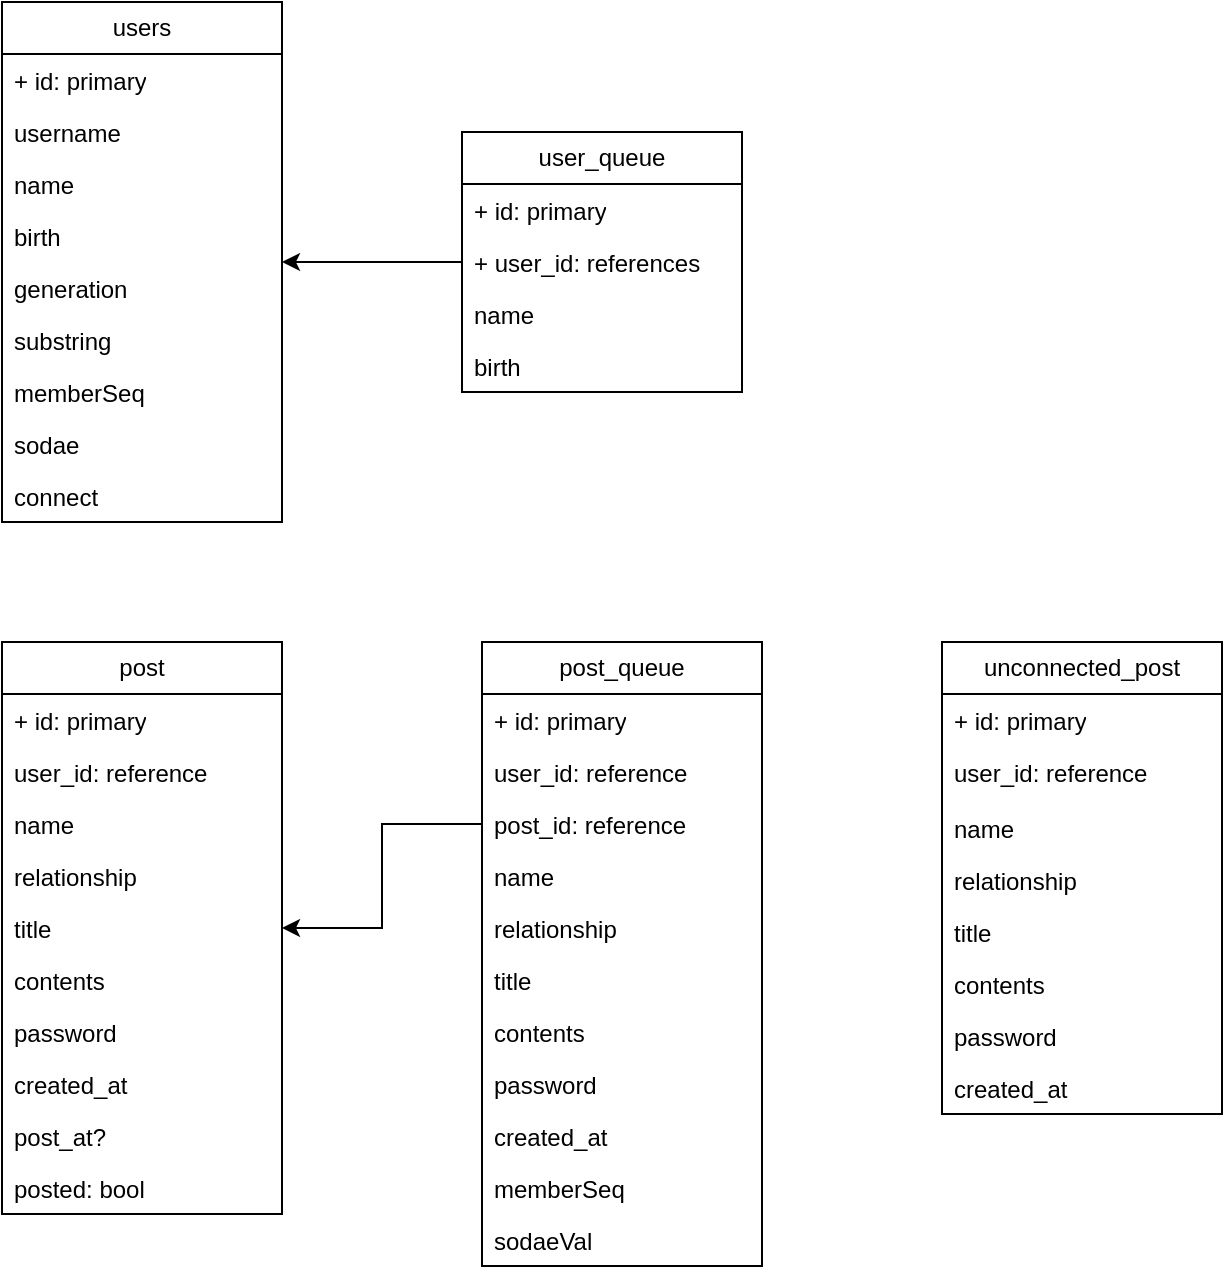
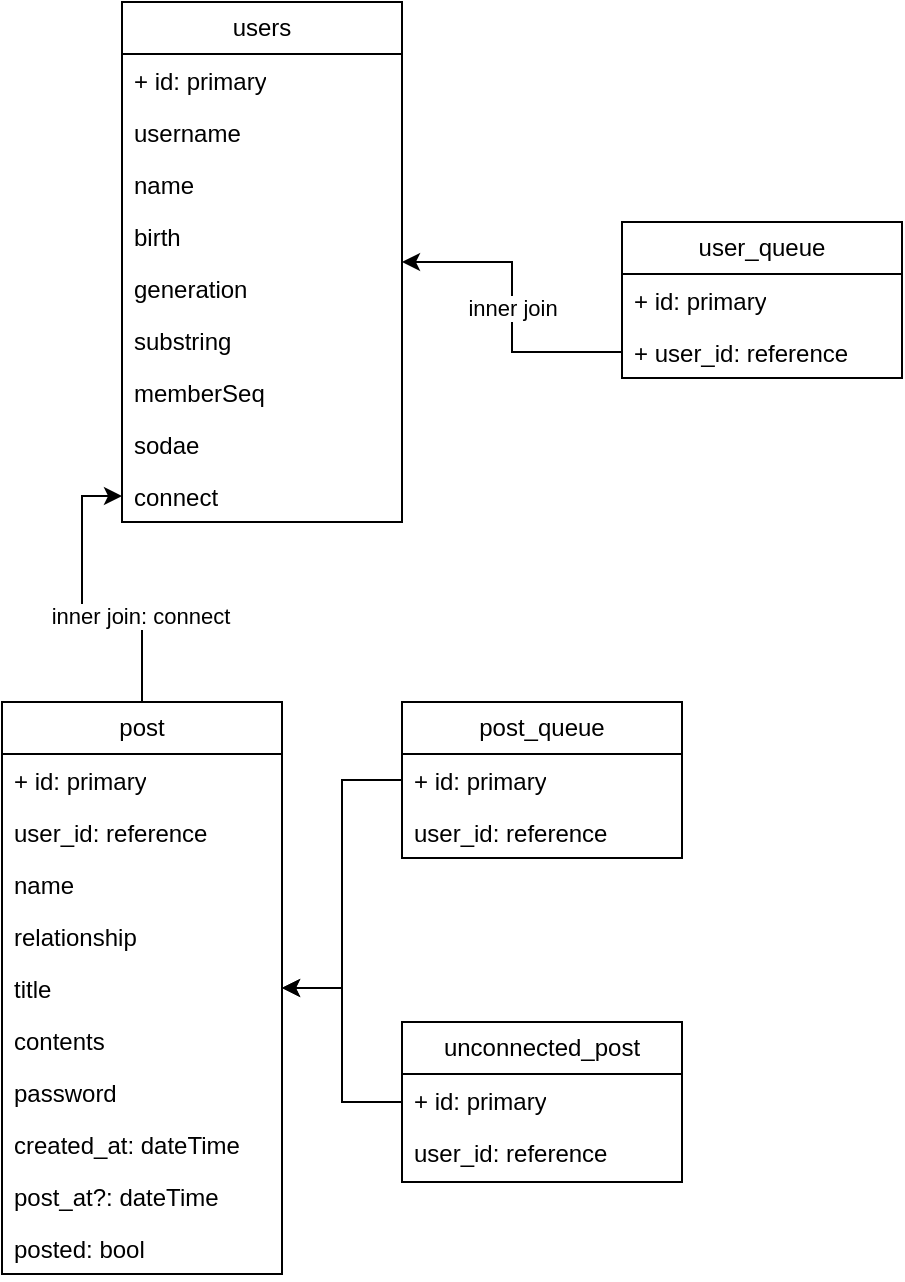
- <mxfile host="app.diagrams.net" modified="2023-12-22T14:57:05.028Z" agent="Mozilla/5.0 (Windows NT 10.0; Win64; x64) AppleWebKit/537.36 (KHTML, like Gecko) Chrome/98.0.4758.102 Safari/537.36" etag="M5TE8AxEiKQQgrxiUbin" version="22.1.11" type="github">
+ <mxfile host="app.diagrams.net" modified="2023-12-23T07:58:39.608Z" agent="Mozilla/5.0 (Windows NT 10.0; Win64; x64) AppleWebKit/537.36 (KHTML, like Gecko) Chrome/98.0.4758.102 Safari/537.36" etag="UqTcGBSyVBPEJ4NlN08M" version="22.1.11" type="github">
  <diagram name="페이지-1" id="YYIqQqlZSumYDMB_ZiYN">
    <mxGraphModel dx="989" dy="549" grid="1" gridSize="10" guides="1" tooltips="1" connect="1" arrows="1" fold="1" page="1" pageScale="1" pageWidth="827" pageHeight="1169" math="0" shadow="0">
      <root>
        <mxCell id="0" />
        <mxCell id="1" parent="0" />
-         <mxCell id="AZsRamwOxZUp80OkMe_C-2" value="users" style="swimlane;fontStyle=0;childLayout=stackLayout;horizontal=1;startSize=26;fillColor=none;horizontalStack=0;resizeParent=1;resizeParentMax=0;resizeLast=0;collapsible=1;marginBottom=0;whiteSpace=wrap;html=1;" vertex="1" parent="1">
+         <mxCell id="AZsRamwOxZUp80OkMe_C-2" value="users" style="swimlane;fontStyle=0;childLayout=stackLayout;horizontal=1;startSize=26;fillColor=none;horizontalStack=0;resizeParent=1;resizeParentMax=0;resizeLast=0;collapsible=1;marginBottom=0;whiteSpace=wrap;html=1;" parent="1" vertex="1">
          <mxGeometry x="140" y="250" width="140" height="260" as="geometry" />
        </mxCell>
-         <mxCell id="AZsRamwOxZUp80OkMe_C-3" value="+ id: primary" style="text;strokeColor=none;fillColor=none;align=left;verticalAlign=top;spacingLeft=4;spacingRight=4;overflow=hidden;rotatable=0;points=[[0,0.5],[1,0.5]];portConstraint=eastwest;whiteSpace=wrap;html=1;" vertex="1" parent="AZsRamwOxZUp80OkMe_C-2">
+         <mxCell id="AZsRamwOxZUp80OkMe_C-3" value="+ id: primary" style="text;strokeColor=none;fillColor=none;align=left;verticalAlign=top;spacingLeft=4;spacingRight=4;overflow=hidden;rotatable=0;points=[[0,0.5],[1,0.5]];portConstraint=eastwest;whiteSpace=wrap;html=1;" parent="AZsRamwOxZUp80OkMe_C-2" vertex="1">
          <mxGeometry y="26" width="140" height="26" as="geometry" />
        </mxCell>
-         <mxCell id="AZsRamwOxZUp80OkMe_C-4" value="username" style="text;strokeColor=none;fillColor=none;align=left;verticalAlign=top;spacingLeft=4;spacingRight=4;overflow=hidden;rotatable=0;points=[[0,0.5],[1,0.5]];portConstraint=eastwest;whiteSpace=wrap;html=1;" vertex="1" parent="AZsRamwOxZUp80OkMe_C-2">
+         <mxCell id="AZsRamwOxZUp80OkMe_C-4" value="username" style="text;strokeColor=none;fillColor=none;align=left;verticalAlign=top;spacingLeft=4;spacingRight=4;overflow=hidden;rotatable=0;points=[[0,0.5],[1,0.5]];portConstraint=eastwest;whiteSpace=wrap;html=1;" parent="AZsRamwOxZUp80OkMe_C-2" vertex="1">
          <mxGeometry y="52" width="140" height="26" as="geometry" />
        </mxCell>
-         <mxCell id="AZsRamwOxZUp80OkMe_C-5" value="name" style="text;strokeColor=none;fillColor=none;align=left;verticalAlign=top;spacingLeft=4;spacingRight=4;overflow=hidden;rotatable=0;points=[[0,0.5],[1,0.5]];portConstraint=eastwest;whiteSpace=wrap;html=1;" vertex="1" parent="AZsRamwOxZUp80OkMe_C-2">
+         <mxCell id="AZsRamwOxZUp80OkMe_C-5" value="name" style="text;strokeColor=none;fillColor=none;align=left;verticalAlign=top;spacingLeft=4;spacingRight=4;overflow=hidden;rotatable=0;points=[[0,0.5],[1,0.5]];portConstraint=eastwest;whiteSpace=wrap;html=1;" parent="AZsRamwOxZUp80OkMe_C-2" vertex="1">
          <mxGeometry y="78" width="140" height="26" as="geometry" />
        </mxCell>
-         <mxCell id="AZsRamwOxZUp80OkMe_C-10" value="birth" style="text;strokeColor=none;fillColor=none;align=left;verticalAlign=top;spacingLeft=4;spacingRight=4;overflow=hidden;rotatable=0;points=[[0,0.5],[1,0.5]];portConstraint=eastwest;whiteSpace=wrap;html=1;" vertex="1" parent="AZsRamwOxZUp80OkMe_C-2">
+         <mxCell id="AZsRamwOxZUp80OkMe_C-10" value="birth" style="text;strokeColor=none;fillColor=none;align=left;verticalAlign=top;spacingLeft=4;spacingRight=4;overflow=hidden;rotatable=0;points=[[0,0.5],[1,0.5]];portConstraint=eastwest;whiteSpace=wrap;html=1;" parent="AZsRamwOxZUp80OkMe_C-2" vertex="1">
          <mxGeometry y="104" width="140" height="26" as="geometry" />
        </mxCell>
-         <mxCell id="AZsRamwOxZUp80OkMe_C-11" value="generation" style="text;strokeColor=none;fillColor=none;align=left;verticalAlign=top;spacingLeft=4;spacingRight=4;overflow=hidden;rotatable=0;points=[[0,0.5],[1,0.5]];portConstraint=eastwest;whiteSpace=wrap;html=1;" vertex="1" parent="AZsRamwOxZUp80OkMe_C-2">
+         <mxCell id="AZsRamwOxZUp80OkMe_C-11" value="generation" style="text;strokeColor=none;fillColor=none;align=left;verticalAlign=top;spacingLeft=4;spacingRight=4;overflow=hidden;rotatable=0;points=[[0,0.5],[1,0.5]];portConstraint=eastwest;whiteSpace=wrap;html=1;" parent="AZsRamwOxZUp80OkMe_C-2" vertex="1">
          <mxGeometry y="130" width="140" height="26" as="geometry" />
        </mxCell>
-         <mxCell id="AZsRamwOxZUp80OkMe_C-12" value="substring" style="text;strokeColor=none;fillColor=none;align=left;verticalAlign=top;spacingLeft=4;spacingRight=4;overflow=hidden;rotatable=0;points=[[0,0.5],[1,0.5]];portConstraint=eastwest;whiteSpace=wrap;html=1;" vertex="1" parent="AZsRamwOxZUp80OkMe_C-2">
+         <mxCell id="AZsRamwOxZUp80OkMe_C-12" value="substring" style="text;strokeColor=none;fillColor=none;align=left;verticalAlign=top;spacingLeft=4;spacingRight=4;overflow=hidden;rotatable=0;points=[[0,0.5],[1,0.5]];portConstraint=eastwest;whiteSpace=wrap;html=1;" parent="AZsRamwOxZUp80OkMe_C-2" vertex="1">
          <mxGeometry y="156" width="140" height="26" as="geometry" />
        </mxCell>
-         <mxCell id="AZsRamwOxZUp80OkMe_C-15" value="memberSeq" style="text;strokeColor=none;fillColor=none;align=left;verticalAlign=top;spacingLeft=4;spacingRight=4;overflow=hidden;rotatable=0;points=[[0,0.5],[1,0.5]];portConstraint=eastwest;whiteSpace=wrap;html=1;" vertex="1" parent="AZsRamwOxZUp80OkMe_C-2">
+         <mxCell id="AZsRamwOxZUp80OkMe_C-15" value="memberSeq" style="text;strokeColor=none;fillColor=none;align=left;verticalAlign=top;spacingLeft=4;spacingRight=4;overflow=hidden;rotatable=0;points=[[0,0.5],[1,0.5]];portConstraint=eastwest;whiteSpace=wrap;html=1;" parent="AZsRamwOxZUp80OkMe_C-2" vertex="1">
          <mxGeometry y="182" width="140" height="26" as="geometry" />
        </mxCell>
-         <mxCell id="AZsRamwOxZUp80OkMe_C-14" value="sodae" style="text;strokeColor=none;fillColor=none;align=left;verticalAlign=top;spacingLeft=4;spacingRight=4;overflow=hidden;rotatable=0;points=[[0,0.5],[1,0.5]];portConstraint=eastwest;whiteSpace=wrap;html=1;" vertex="1" parent="AZsRamwOxZUp80OkMe_C-2">
+         <mxCell id="AZsRamwOxZUp80OkMe_C-14" value="sodae" style="text;strokeColor=none;fillColor=none;align=left;verticalAlign=top;spacingLeft=4;spacingRight=4;overflow=hidden;rotatable=0;points=[[0,0.5],[1,0.5]];portConstraint=eastwest;whiteSpace=wrap;html=1;" parent="AZsRamwOxZUp80OkMe_C-2" vertex="1">
          <mxGeometry y="208" width="140" height="26" as="geometry" />
        </mxCell>
-         <mxCell id="AZsRamwOxZUp80OkMe_C-16" value="connect" style="text;strokeColor=none;fillColor=none;align=left;verticalAlign=top;spacingLeft=4;spacingRight=4;overflow=hidden;rotatable=0;points=[[0,0.5],[1,0.5]];portConstraint=eastwest;whiteSpace=wrap;html=1;" vertex="1" parent="AZsRamwOxZUp80OkMe_C-2">
+         <mxCell id="AZsRamwOxZUp80OkMe_C-16" value="connect" style="text;strokeColor=none;fillColor=none;align=left;verticalAlign=top;spacingLeft=4;spacingRight=4;overflow=hidden;rotatable=0;points=[[0,0.5],[1,0.5]];portConstraint=eastwest;whiteSpace=wrap;html=1;" parent="AZsRamwOxZUp80OkMe_C-2" vertex="1">
          <mxGeometry y="234" width="140" height="26" as="geometry" />
        </mxCell>
-         <mxCell id="AZsRamwOxZUp80OkMe_C-6" value="user_queue" style="swimlane;fontStyle=0;childLayout=stackLayout;horizontal=1;startSize=26;fillColor=none;horizontalStack=0;resizeParent=1;resizeParentMax=0;resizeLast=0;collapsible=1;marginBottom=0;whiteSpace=wrap;html=1;" vertex="1" parent="1">
-           <mxGeometry x="370" y="315" width="140" height="130" as="geometry" />
+         <mxCell id="AZsRamwOxZUp80OkMe_C-6" value="user_queue" style="swimlane;fontStyle=0;childLayout=stackLayout;horizontal=1;startSize=26;fillColor=none;horizontalStack=0;resizeParent=1;resizeParentMax=0;resizeLast=0;collapsible=1;marginBottom=0;whiteSpace=wrap;html=1;" parent="1" vertex="1">
+           <mxGeometry x="390" y="360" width="140" height="78" as="geometry" />
        </mxCell>
-         <mxCell id="AZsRamwOxZUp80OkMe_C-18" value="+ id: primary" style="text;strokeColor=none;fillColor=none;align=left;verticalAlign=top;spacingLeft=4;spacingRight=4;overflow=hidden;rotatable=0;points=[[0,0.5],[1,0.5]];portConstraint=eastwest;whiteSpace=wrap;html=1;" vertex="1" parent="AZsRamwOxZUp80OkMe_C-6">
+         <mxCell id="AZsRamwOxZUp80OkMe_C-18" value="+ id: primary" style="text;strokeColor=none;fillColor=none;align=left;verticalAlign=top;spacingLeft=4;spacingRight=4;overflow=hidden;rotatable=0;points=[[0,0.5],[1,0.5]];portConstraint=eastwest;whiteSpace=wrap;html=1;" parent="AZsRamwOxZUp80OkMe_C-6" vertex="1">
          <mxGeometry y="26" width="140" height="26" as="geometry" />
        </mxCell>
-         <mxCell id="AZsRamwOxZUp80OkMe_C-7" value="+ user_id: references" style="text;strokeColor=none;fillColor=none;align=left;verticalAlign=top;spacingLeft=4;spacingRight=4;overflow=hidden;rotatable=0;points=[[0,0.5],[1,0.5]];portConstraint=eastwest;whiteSpace=wrap;html=1;" vertex="1" parent="AZsRamwOxZUp80OkMe_C-6">
+         <mxCell id="AZsRamwOxZUp80OkMe_C-7" value="+ user_id: reference" style="text;strokeColor=none;fillColor=none;align=left;verticalAlign=top;spacingLeft=4;spacingRight=4;overflow=hidden;rotatable=0;points=[[0,0.5],[1,0.5]];portConstraint=eastwest;whiteSpace=wrap;html=1;" parent="AZsRamwOxZUp80OkMe_C-6" vertex="1">
          <mxGeometry y="52" width="140" height="26" as="geometry" />
        </mxCell>
-         <mxCell id="AZsRamwOxZUp80OkMe_C-8" value="name" style="text;strokeColor=none;fillColor=none;align=left;verticalAlign=top;spacingLeft=4;spacingRight=4;overflow=hidden;rotatable=0;points=[[0,0.5],[1,0.5]];portConstraint=eastwest;whiteSpace=wrap;html=1;" vertex="1" parent="AZsRamwOxZUp80OkMe_C-6">
+         <mxCell id="AZsRamwOxZUp80OkMe_C-19" value="inner join" style="edgeStyle=orthogonalEdgeStyle;rounded=0;orthogonalLoop=1;jettySize=auto;html=1;" parent="1" source="AZsRamwOxZUp80OkMe_C-7" target="AZsRamwOxZUp80OkMe_C-2" edge="1">
+           <mxGeometry relative="1" as="geometry" />
+         </mxCell>
+         <mxCell id="F6sanjwA14LKa2ckui42-2" style="edgeStyle=orthogonalEdgeStyle;rounded=0;orthogonalLoop=1;jettySize=auto;html=1;" edge="1" parent="1" source="AZsRamwOxZUp80OkMe_C-20" target="AZsRamwOxZUp80OkMe_C-16">
+           <mxGeometry relative="1" as="geometry" />
+         </mxCell>
+         <mxCell id="F6sanjwA14LKa2ckui42-3" value="inner join: connect" style="edgeLabel;html=1;align=center;verticalAlign=middle;resizable=0;points=[];" vertex="1" connectable="0" parent="F6sanjwA14LKa2ckui42-2">
+           <mxGeometry x="-0.4284" y="1" relative="1" as="geometry">
+             <mxPoint as="offset" />
+           </mxGeometry>
+         </mxCell>
+         <mxCell id="AZsRamwOxZUp80OkMe_C-20" value="post" style="swimlane;fontStyle=0;childLayout=stackLayout;horizontal=1;startSize=26;fillColor=none;horizontalStack=0;resizeParent=1;resizeParentMax=0;resizeLast=0;collapsible=1;marginBottom=0;whiteSpace=wrap;html=1;" parent="1" vertex="1">
+           <mxGeometry x="80" y="600" width="140" height="286" as="geometry" />
+         </mxCell>
+         <mxCell id="AZsRamwOxZUp80OkMe_C-21" value="+ id: primary" style="text;strokeColor=none;fillColor=none;align=left;verticalAlign=top;spacingLeft=4;spacingRight=4;overflow=hidden;rotatable=0;points=[[0,0.5],[1,0.5]];portConstraint=eastwest;whiteSpace=wrap;html=1;" parent="AZsRamwOxZUp80OkMe_C-20" vertex="1">
+           <mxGeometry y="26" width="140" height="26" as="geometry" />
+         </mxCell>
+         <mxCell id="AZsRamwOxZUp80OkMe_C-22" value="user_id: reference" style="text;strokeColor=none;fillColor=none;align=left;verticalAlign=top;spacingLeft=4;spacingRight=4;overflow=hidden;rotatable=0;points=[[0,0.5],[1,0.5]];portConstraint=eastwest;whiteSpace=wrap;html=1;" parent="AZsRamwOxZUp80OkMe_C-20" vertex="1">
+           <mxGeometry y="52" width="140" height="26" as="geometry" />
+         </mxCell>
+         <mxCell id="AZsRamwOxZUp80OkMe_C-23" value="name" style="text;strokeColor=none;fillColor=none;align=left;verticalAlign=top;spacingLeft=4;spacingRight=4;overflow=hidden;rotatable=0;points=[[0,0.5],[1,0.5]];portConstraint=eastwest;whiteSpace=wrap;html=1;" parent="AZsRamwOxZUp80OkMe_C-20" vertex="1">
          <mxGeometry y="78" width="140" height="26" as="geometry" />
        </mxCell>
-         <mxCell id="AZsRamwOxZUp80OkMe_C-9" value="birth" style="text;strokeColor=none;fillColor=none;align=left;verticalAlign=top;spacingLeft=4;spacingRight=4;overflow=hidden;rotatable=0;points=[[0,0.5],[1,0.5]];portConstraint=eastwest;whiteSpace=wrap;html=1;" vertex="1" parent="AZsRamwOxZUp80OkMe_C-6">
+         <mxCell id="AZsRamwOxZUp80OkMe_C-24" value="relationship" style="text;strokeColor=none;fillColor=none;align=left;verticalAlign=top;spacingLeft=4;spacingRight=4;overflow=hidden;rotatable=0;points=[[0,0.5],[1,0.5]];portConstraint=eastwest;whiteSpace=wrap;html=1;" parent="AZsRamwOxZUp80OkMe_C-20" vertex="1">
          <mxGeometry y="104" width="140" height="26" as="geometry" />
        </mxCell>
-         <mxCell id="AZsRamwOxZUp80OkMe_C-19" style="edgeStyle=orthogonalEdgeStyle;rounded=0;orthogonalLoop=1;jettySize=auto;html=1;" edge="1" parent="1" source="AZsRamwOxZUp80OkMe_C-7" target="AZsRamwOxZUp80OkMe_C-2">
+         <mxCell id="AZsRamwOxZUp80OkMe_C-25" value="title" style="text;strokeColor=none;fillColor=none;align=left;verticalAlign=top;spacingLeft=4;spacingRight=4;overflow=hidden;rotatable=0;points=[[0,0.5],[1,0.5]];portConstraint=eastwest;whiteSpace=wrap;html=1;" parent="AZsRamwOxZUp80OkMe_C-20" vertex="1">
+           <mxGeometry y="130" width="140" height="26" as="geometry" />
+         </mxCell>
+         <mxCell id="AZsRamwOxZUp80OkMe_C-26" value="contents" style="text;strokeColor=none;fillColor=none;align=left;verticalAlign=top;spacingLeft=4;spacingRight=4;overflow=hidden;rotatable=0;points=[[0,0.5],[1,0.5]];portConstraint=eastwest;whiteSpace=wrap;html=1;" parent="AZsRamwOxZUp80OkMe_C-20" vertex="1">
+           <mxGeometry y="156" width="140" height="26" as="geometry" />
+         </mxCell>
+         <mxCell id="AZsRamwOxZUp80OkMe_C-27" value="password" style="text;strokeColor=none;fillColor=none;align=left;verticalAlign=top;spacingLeft=4;spacingRight=4;overflow=hidden;rotatable=0;points=[[0,0.5],[1,0.5]];portConstraint=eastwest;whiteSpace=wrap;html=1;" parent="AZsRamwOxZUp80OkMe_C-20" vertex="1">
+           <mxGeometry y="182" width="140" height="26" as="geometry" />
+         </mxCell>
+         <mxCell id="AZsRamwOxZUp80OkMe_C-28" value="created_at: dateTime" style="text;strokeColor=none;fillColor=none;align=left;verticalAlign=top;spacingLeft=4;spacingRight=4;overflow=hidden;rotatable=0;points=[[0,0.5],[1,0.5]];portConstraint=eastwest;whiteSpace=wrap;html=1;" parent="AZsRamwOxZUp80OkMe_C-20" vertex="1">
+           <mxGeometry y="208" width="140" height="26" as="geometry" />
+         </mxCell>
+         <mxCell id="AZsRamwOxZUp80OkMe_C-41" value="post_at?: dateTime" style="text;strokeColor=none;fillColor=none;align=left;verticalAlign=top;spacingLeft=4;spacingRight=4;overflow=hidden;rotatable=0;points=[[0,0.5],[1,0.5]];portConstraint=eastwest;whiteSpace=wrap;html=1;" parent="AZsRamwOxZUp80OkMe_C-20" vertex="1">
+           <mxGeometry y="234" width="140" height="26" as="geometry" />
+         </mxCell>
+         <mxCell id="AZsRamwOxZUp80OkMe_C-42" value="posted: bool" style="text;strokeColor=none;fillColor=none;align=left;verticalAlign=top;spacingLeft=4;spacingRight=4;overflow=hidden;rotatable=0;points=[[0,0.5],[1,0.5]];portConstraint=eastwest;whiteSpace=wrap;html=1;" parent="AZsRamwOxZUp80OkMe_C-20" vertex="1">
+           <mxGeometry y="260" width="140" height="26" as="geometry" />
+         </mxCell>
+         <mxCell id="F6sanjwA14LKa2ckui42-4" style="edgeStyle=orthogonalEdgeStyle;rounded=0;orthogonalLoop=1;jettySize=auto;html=1;" edge="1" parent="1" source="AZsRamwOxZUp80OkMe_C-30" target="AZsRamwOxZUp80OkMe_C-20">
          <mxGeometry relative="1" as="geometry" />
        </mxCell>
-         <mxCell id="AZsRamwOxZUp80OkMe_C-20" value="post" style="swimlane;fontStyle=0;childLayout=stackLayout;horizontal=1;startSize=26;fillColor=none;horizontalStack=0;resizeParent=1;resizeParentMax=0;resizeLast=0;collapsible=1;marginBottom=0;whiteSpace=wrap;html=1;" vertex="1" parent="1">
-           <mxGeometry x="140" y="570" width="140" height="286" as="geometry" />
+         <mxCell id="AZsRamwOxZUp80OkMe_C-30" value="post_queue" style="swimlane;fontStyle=0;childLayout=stackLayout;horizontal=1;startSize=26;fillColor=none;horizontalStack=0;resizeParent=1;resizeParentMax=0;resizeLast=0;collapsible=1;marginBottom=0;whiteSpace=wrap;html=1;" parent="1" vertex="1">
+           <mxGeometry x="280" y="600" width="140" height="78" as="geometry" />
        </mxCell>
-         <mxCell id="AZsRamwOxZUp80OkMe_C-21" value="+ id: primary" style="text;strokeColor=none;fillColor=none;align=left;verticalAlign=top;spacingLeft=4;spacingRight=4;overflow=hidden;rotatable=0;points=[[0,0.5],[1,0.5]];portConstraint=eastwest;whiteSpace=wrap;html=1;" vertex="1" parent="AZsRamwOxZUp80OkMe_C-20">
+         <mxCell id="AZsRamwOxZUp80OkMe_C-31" value="+ id: primary" style="text;strokeColor=none;fillColor=none;align=left;verticalAlign=top;spacingLeft=4;spacingRight=4;overflow=hidden;rotatable=0;points=[[0,0.5],[1,0.5]];portConstraint=eastwest;whiteSpace=wrap;html=1;" parent="AZsRamwOxZUp80OkMe_C-30" vertex="1">
          <mxGeometry y="26" width="140" height="26" as="geometry" />
        </mxCell>
-         <mxCell id="AZsRamwOxZUp80OkMe_C-22" value="user_id: reference" style="text;strokeColor=none;fillColor=none;align=left;verticalAlign=top;spacingLeft=4;spacingRight=4;overflow=hidden;rotatable=0;points=[[0,0.5],[1,0.5]];portConstraint=eastwest;whiteSpace=wrap;html=1;" vertex="1" parent="AZsRamwOxZUp80OkMe_C-20">
+         <mxCell id="AZsRamwOxZUp80OkMe_C-32" value="user_id: reference" style="text;strokeColor=none;fillColor=none;align=left;verticalAlign=top;spacingLeft=4;spacingRight=4;overflow=hidden;rotatable=0;points=[[0,0.5],[1,0.5]];portConstraint=eastwest;whiteSpace=wrap;html=1;" parent="AZsRamwOxZUp80OkMe_C-30" vertex="1">
          <mxGeometry y="52" width="140" height="26" as="geometry" />
        </mxCell>
-         <mxCell id="AZsRamwOxZUp80OkMe_C-23" value="name" style="text;strokeColor=none;fillColor=none;align=left;verticalAlign=top;spacingLeft=4;spacingRight=4;overflow=hidden;rotatable=0;points=[[0,0.5],[1,0.5]];portConstraint=eastwest;whiteSpace=wrap;html=1;" vertex="1" parent="AZsRamwOxZUp80OkMe_C-20">
-           <mxGeometry y="78" width="140" height="26" as="geometry" />
+         <mxCell id="F6sanjwA14LKa2ckui42-5" style="edgeStyle=orthogonalEdgeStyle;rounded=0;orthogonalLoop=1;jettySize=auto;html=1;" edge="1" parent="1" source="AZsRamwOxZUp80OkMe_C-46" target="AZsRamwOxZUp80OkMe_C-20">
+           <mxGeometry relative="1" as="geometry" />
        </mxCell>
-         <mxCell id="AZsRamwOxZUp80OkMe_C-24" value="relationship" style="text;strokeColor=none;fillColor=none;align=left;verticalAlign=top;spacingLeft=4;spacingRight=4;overflow=hidden;rotatable=0;points=[[0,0.5],[1,0.5]];portConstraint=eastwest;whiteSpace=wrap;html=1;" vertex="1" parent="AZsRamwOxZUp80OkMe_C-20">
-           <mxGeometry y="104" width="140" height="26" as="geometry" />
+         <mxCell id="AZsRamwOxZUp80OkMe_C-46" value="unconnected_post" style="swimlane;fontStyle=0;childLayout=stackLayout;horizontal=1;startSize=26;fillColor=none;horizontalStack=0;resizeParent=1;resizeParentMax=0;resizeLast=0;collapsible=1;marginBottom=0;whiteSpace=wrap;html=1;" parent="1" vertex="1">
+           <mxGeometry x="280" y="760" width="140" height="80" as="geometry" />
        </mxCell>
-         <mxCell id="AZsRamwOxZUp80OkMe_C-25" value="title" style="text;strokeColor=none;fillColor=none;align=left;verticalAlign=top;spacingLeft=4;spacingRight=4;overflow=hidden;rotatable=0;points=[[0,0.5],[1,0.5]];portConstraint=eastwest;whiteSpace=wrap;html=1;" vertex="1" parent="AZsRamwOxZUp80OkMe_C-20">
-           <mxGeometry y="130" width="140" height="26" as="geometry" />
-         </mxCell>
-         <mxCell id="AZsRamwOxZUp80OkMe_C-26" value="contents" style="text;strokeColor=none;fillColor=none;align=left;verticalAlign=top;spacingLeft=4;spacingRight=4;overflow=hidden;rotatable=0;points=[[0,0.5],[1,0.5]];portConstraint=eastwest;whiteSpace=wrap;html=1;" vertex="1" parent="AZsRamwOxZUp80OkMe_C-20">
-           <mxGeometry y="156" width="140" height="26" as="geometry" />
-         </mxCell>
-         <mxCell id="AZsRamwOxZUp80OkMe_C-27" value="password" style="text;strokeColor=none;fillColor=none;align=left;verticalAlign=top;spacingLeft=4;spacingRight=4;overflow=hidden;rotatable=0;points=[[0,0.5],[1,0.5]];portConstraint=eastwest;whiteSpace=wrap;html=1;" vertex="1" parent="AZsRamwOxZUp80OkMe_C-20">
-           <mxGeometry y="182" width="140" height="26" as="geometry" />
-         </mxCell>
-         <mxCell id="AZsRamwOxZUp80OkMe_C-28" value="created_at" style="text;strokeColor=none;fillColor=none;align=left;verticalAlign=top;spacingLeft=4;spacingRight=4;overflow=hidden;rotatable=0;points=[[0,0.5],[1,0.5]];portConstraint=eastwest;whiteSpace=wrap;html=1;" vertex="1" parent="AZsRamwOxZUp80OkMe_C-20">
-           <mxGeometry y="208" width="140" height="26" as="geometry" />
-         </mxCell>
-         <mxCell id="AZsRamwOxZUp80OkMe_C-41" value="post_at?" style="text;strokeColor=none;fillColor=none;align=left;verticalAlign=top;spacingLeft=4;spacingRight=4;overflow=hidden;rotatable=0;points=[[0,0.5],[1,0.5]];portConstraint=eastwest;whiteSpace=wrap;html=1;" vertex="1" parent="AZsRamwOxZUp80OkMe_C-20">
-           <mxGeometry y="234" width="140" height="26" as="geometry" />
-         </mxCell>
-         <mxCell id="AZsRamwOxZUp80OkMe_C-42" value="posted: bool" style="text;strokeColor=none;fillColor=none;align=left;verticalAlign=top;spacingLeft=4;spacingRight=4;overflow=hidden;rotatable=0;points=[[0,0.5],[1,0.5]];portConstraint=eastwest;whiteSpace=wrap;html=1;" vertex="1" parent="AZsRamwOxZUp80OkMe_C-20">
-           <mxGeometry y="260" width="140" height="26" as="geometry" />
-         </mxCell>
-         <mxCell id="AZsRamwOxZUp80OkMe_C-30" value="post_queue" style="swimlane;fontStyle=0;childLayout=stackLayout;horizontal=1;startSize=26;fillColor=none;horizontalStack=0;resizeParent=1;resizeParentMax=0;resizeLast=0;collapsible=1;marginBottom=0;whiteSpace=wrap;html=1;" vertex="1" parent="1">
-           <mxGeometry x="380" y="570" width="140" height="312" as="geometry" />
-         </mxCell>
-         <mxCell id="AZsRamwOxZUp80OkMe_C-31" value="+ id: primary" style="text;strokeColor=none;fillColor=none;align=left;verticalAlign=top;spacingLeft=4;spacingRight=4;overflow=hidden;rotatable=0;points=[[0,0.5],[1,0.5]];portConstraint=eastwest;whiteSpace=wrap;html=1;" vertex="1" parent="AZsRamwOxZUp80OkMe_C-30">
+         <mxCell id="AZsRamwOxZUp80OkMe_C-47" value="+ id: primary" style="text;strokeColor=none;fillColor=none;align=left;verticalAlign=top;spacingLeft=4;spacingRight=4;overflow=hidden;rotatable=0;points=[[0,0.5],[1,0.5]];portConstraint=eastwest;whiteSpace=wrap;html=1;" parent="AZsRamwOxZUp80OkMe_C-46" vertex="1">
          <mxGeometry y="26" width="140" height="26" as="geometry" />
        </mxCell>
-         <mxCell id="AZsRamwOxZUp80OkMe_C-32" value="user_id: reference" style="text;strokeColor=none;fillColor=none;align=left;verticalAlign=top;spacingLeft=4;spacingRight=4;overflow=hidden;rotatable=0;points=[[0,0.5],[1,0.5]];portConstraint=eastwest;whiteSpace=wrap;html=1;" vertex="1" parent="AZsRamwOxZUp80OkMe_C-30">
-           <mxGeometry y="52" width="140" height="26" as="geometry" />
-         </mxCell>
-         <mxCell id="AZsRamwOxZUp80OkMe_C-44" value="post_id: reference" style="text;strokeColor=none;fillColor=none;align=left;verticalAlign=top;spacingLeft=4;spacingRight=4;overflow=hidden;rotatable=0;points=[[0,0.5],[1,0.5]];portConstraint=eastwest;whiteSpace=wrap;html=1;" vertex="1" parent="AZsRamwOxZUp80OkMe_C-30">
-           <mxGeometry y="78" width="140" height="26" as="geometry" />
-         </mxCell>
-         <mxCell id="AZsRamwOxZUp80OkMe_C-33" value="name" style="text;strokeColor=none;fillColor=none;align=left;verticalAlign=top;spacingLeft=4;spacingRight=4;overflow=hidden;rotatable=0;points=[[0,0.5],[1,0.5]];portConstraint=eastwest;whiteSpace=wrap;html=1;" vertex="1" parent="AZsRamwOxZUp80OkMe_C-30">
-           <mxGeometry y="104" width="140" height="26" as="geometry" />
-         </mxCell>
-         <mxCell id="AZsRamwOxZUp80OkMe_C-34" value="relationship" style="text;strokeColor=none;fillColor=none;align=left;verticalAlign=top;spacingLeft=4;spacingRight=4;overflow=hidden;rotatable=0;points=[[0,0.5],[1,0.5]];portConstraint=eastwest;whiteSpace=wrap;html=1;" vertex="1" parent="AZsRamwOxZUp80OkMe_C-30">
-           <mxGeometry y="130" width="140" height="26" as="geometry" />
-         </mxCell>
-         <mxCell id="AZsRamwOxZUp80OkMe_C-35" value="title" style="text;strokeColor=none;fillColor=none;align=left;verticalAlign=top;spacingLeft=4;spacingRight=4;overflow=hidden;rotatable=0;points=[[0,0.5],[1,0.5]];portConstraint=eastwest;whiteSpace=wrap;html=1;" vertex="1" parent="AZsRamwOxZUp80OkMe_C-30">
-           <mxGeometry y="156" width="140" height="26" as="geometry" />
-         </mxCell>
-         <mxCell id="AZsRamwOxZUp80OkMe_C-36" value="contents" style="text;strokeColor=none;fillColor=none;align=left;verticalAlign=top;spacingLeft=4;spacingRight=4;overflow=hidden;rotatable=0;points=[[0,0.5],[1,0.5]];portConstraint=eastwest;whiteSpace=wrap;html=1;" vertex="1" parent="AZsRamwOxZUp80OkMe_C-30">
-           <mxGeometry y="182" width="140" height="26" as="geometry" />
-         </mxCell>
-         <mxCell id="AZsRamwOxZUp80OkMe_C-37" value="password" style="text;strokeColor=none;fillColor=none;align=left;verticalAlign=top;spacingLeft=4;spacingRight=4;overflow=hidden;rotatable=0;points=[[0,0.5],[1,0.5]];portConstraint=eastwest;whiteSpace=wrap;html=1;" vertex="1" parent="AZsRamwOxZUp80OkMe_C-30">
-           <mxGeometry y="208" width="140" height="26" as="geometry" />
-         </mxCell>
-         <mxCell id="AZsRamwOxZUp80OkMe_C-38" value="created_at" style="text;strokeColor=none;fillColor=none;align=left;verticalAlign=top;spacingLeft=4;spacingRight=4;overflow=hidden;rotatable=0;points=[[0,0.5],[1,0.5]];portConstraint=eastwest;whiteSpace=wrap;html=1;" vertex="1" parent="AZsRamwOxZUp80OkMe_C-30">
-           <mxGeometry y="234" width="140" height="26" as="geometry" />
-         </mxCell>
-         <mxCell id="AZsRamwOxZUp80OkMe_C-39" value="memberSeq" style="text;strokeColor=none;fillColor=none;align=left;verticalAlign=top;spacingLeft=4;spacingRight=4;overflow=hidden;rotatable=0;points=[[0,0.5],[1,0.5]];portConstraint=eastwest;whiteSpace=wrap;html=1;" vertex="1" parent="AZsRamwOxZUp80OkMe_C-30">
-           <mxGeometry y="260" width="140" height="26" as="geometry" />
-         </mxCell>
-         <mxCell id="AZsRamwOxZUp80OkMe_C-43" value="sodaeVal" style="text;strokeColor=none;fillColor=none;align=left;verticalAlign=top;spacingLeft=4;spacingRight=4;overflow=hidden;rotatable=0;points=[[0,0.5],[1,0.5]];portConstraint=eastwest;whiteSpace=wrap;html=1;" vertex="1" parent="AZsRamwOxZUp80OkMe_C-30">
-           <mxGeometry y="286" width="140" height="26" as="geometry" />
-         </mxCell>
-         <mxCell id="AZsRamwOxZUp80OkMe_C-45" style="edgeStyle=orthogonalEdgeStyle;rounded=0;orthogonalLoop=1;jettySize=auto;html=1;" edge="1" parent="1" source="AZsRamwOxZUp80OkMe_C-44" target="AZsRamwOxZUp80OkMe_C-20">
-           <mxGeometry relative="1" as="geometry" />
-         </mxCell>
-         <mxCell id="AZsRamwOxZUp80OkMe_C-46" value="unconnected_post" style="swimlane;fontStyle=0;childLayout=stackLayout;horizontal=1;startSize=26;fillColor=none;horizontalStack=0;resizeParent=1;resizeParentMax=0;resizeLast=0;collapsible=1;marginBottom=0;whiteSpace=wrap;html=1;" vertex="1" parent="1">
-           <mxGeometry x="610" y="570" width="140" height="236" as="geometry" />
-         </mxCell>
-         <mxCell id="AZsRamwOxZUp80OkMe_C-47" value="+ id: primary" style="text;strokeColor=none;fillColor=none;align=left;verticalAlign=top;spacingLeft=4;spacingRight=4;overflow=hidden;rotatable=0;points=[[0,0.5],[1,0.5]];portConstraint=eastwest;whiteSpace=wrap;html=1;" vertex="1" parent="AZsRamwOxZUp80OkMe_C-46">
-           <mxGeometry y="26" width="140" height="26" as="geometry" />
-         </mxCell>
-         <mxCell id="AZsRamwOxZUp80OkMe_C-48" value="user_id: reference" style="text;strokeColor=none;fillColor=none;align=left;verticalAlign=top;spacingLeft=4;spacingRight=4;overflow=hidden;rotatable=0;points=[[0,0.5],[1,0.5]];portConstraint=eastwest;whiteSpace=wrap;html=1;" vertex="1" parent="AZsRamwOxZUp80OkMe_C-46">
+         <mxCell id="AZsRamwOxZUp80OkMe_C-48" value="user_id: reference" style="text;strokeColor=none;fillColor=none;align=left;verticalAlign=top;spacingLeft=4;spacingRight=4;overflow=hidden;rotatable=0;points=[[0,0.5],[1,0.5]];portConstraint=eastwest;whiteSpace=wrap;html=1;" parent="AZsRamwOxZUp80OkMe_C-46" vertex="1">
          <mxGeometry y="52" width="140" height="28" as="geometry" />
-         </mxCell>
-         <mxCell id="AZsRamwOxZUp80OkMe_C-50" value="name" style="text;strokeColor=none;fillColor=none;align=left;verticalAlign=top;spacingLeft=4;spacingRight=4;overflow=hidden;rotatable=0;points=[[0,0.5],[1,0.5]];portConstraint=eastwest;whiteSpace=wrap;html=1;" vertex="1" parent="AZsRamwOxZUp80OkMe_C-46">
-           <mxGeometry y="80" width="140" height="26" as="geometry" />
-         </mxCell>
-         <mxCell id="AZsRamwOxZUp80OkMe_C-51" value="relationship" style="text;strokeColor=none;fillColor=none;align=left;verticalAlign=top;spacingLeft=4;spacingRight=4;overflow=hidden;rotatable=0;points=[[0,0.5],[1,0.5]];portConstraint=eastwest;whiteSpace=wrap;html=1;" vertex="1" parent="AZsRamwOxZUp80OkMe_C-46">
-           <mxGeometry y="106" width="140" height="26" as="geometry" />
-         </mxCell>
-         <mxCell id="AZsRamwOxZUp80OkMe_C-52" value="title" style="text;strokeColor=none;fillColor=none;align=left;verticalAlign=top;spacingLeft=4;spacingRight=4;overflow=hidden;rotatable=0;points=[[0,0.5],[1,0.5]];portConstraint=eastwest;whiteSpace=wrap;html=1;" vertex="1" parent="AZsRamwOxZUp80OkMe_C-46">
-           <mxGeometry y="132" width="140" height="26" as="geometry" />
-         </mxCell>
-         <mxCell id="AZsRamwOxZUp80OkMe_C-53" value="contents" style="text;strokeColor=none;fillColor=none;align=left;verticalAlign=top;spacingLeft=4;spacingRight=4;overflow=hidden;rotatable=0;points=[[0,0.5],[1,0.5]];portConstraint=eastwest;whiteSpace=wrap;html=1;" vertex="1" parent="AZsRamwOxZUp80OkMe_C-46">
-           <mxGeometry y="158" width="140" height="26" as="geometry" />
-         </mxCell>
-         <mxCell id="AZsRamwOxZUp80OkMe_C-54" value="password" style="text;strokeColor=none;fillColor=none;align=left;verticalAlign=top;spacingLeft=4;spacingRight=4;overflow=hidden;rotatable=0;points=[[0,0.5],[1,0.5]];portConstraint=eastwest;whiteSpace=wrap;html=1;" vertex="1" parent="AZsRamwOxZUp80OkMe_C-46">
-           <mxGeometry y="184" width="140" height="26" as="geometry" />
-         </mxCell>
-         <mxCell id="AZsRamwOxZUp80OkMe_C-55" value="created_at" style="text;strokeColor=none;fillColor=none;align=left;verticalAlign=top;spacingLeft=4;spacingRight=4;overflow=hidden;rotatable=0;points=[[0,0.5],[1,0.5]];portConstraint=eastwest;whiteSpace=wrap;html=1;" vertex="1" parent="AZsRamwOxZUp80OkMe_C-46">
-           <mxGeometry y="210" width="140" height="26" as="geometry" />
        </mxCell>
      </root>
    </mxGraphModel>
  </diagram>
</mxfile>
